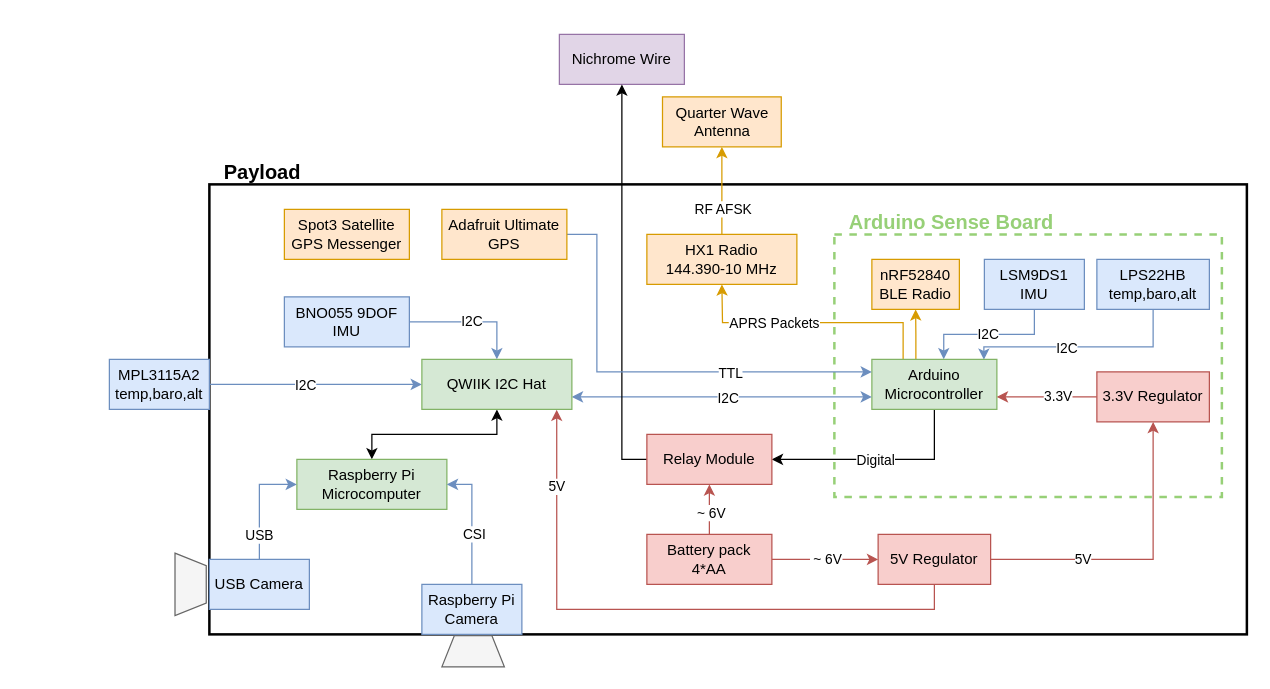
The draw.io diagram page "System Diagram" (2 of 2) of diagrams/electrical_block_diagram.drawio in GAVLab/ros-hab-dcs, before the edit. Source tidied: cells renumbered, new cells numbered last; positions are measured from the earlier drawing's top-left corner, leaving out a move shared by most shapes. Both pictures are drawn from the tidied source at 125%, with x=0, y=0 at pixel (109, 34).
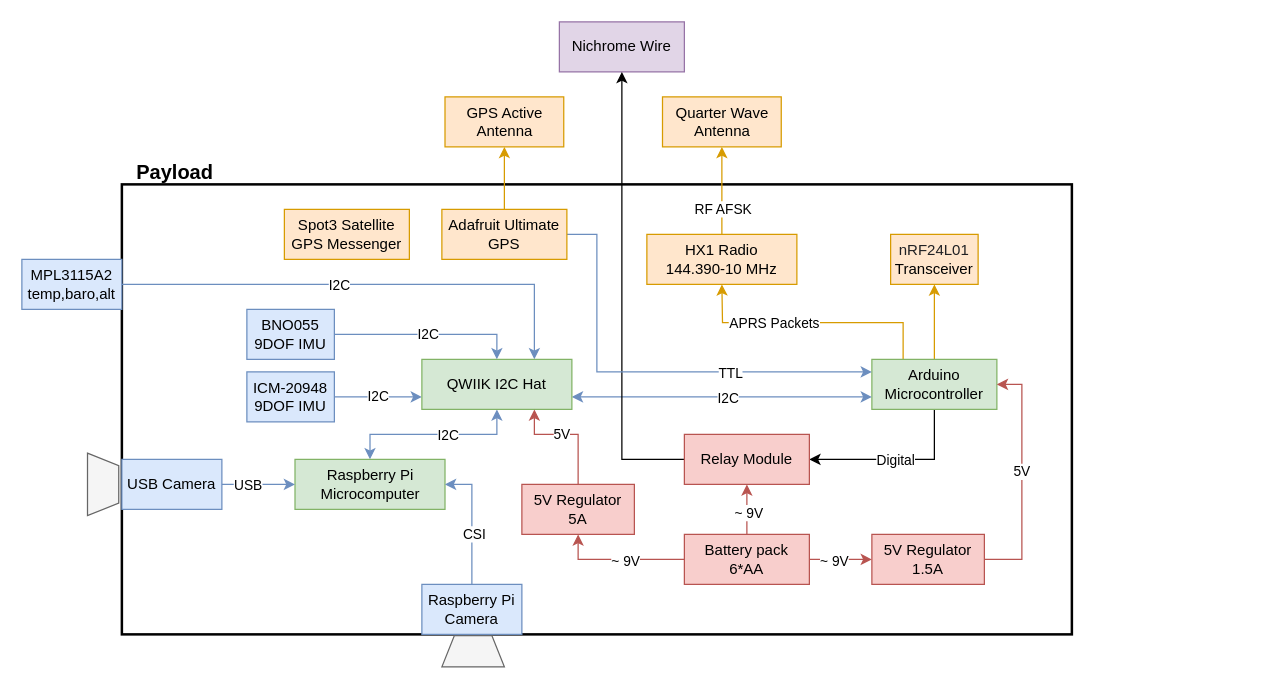
Above is the later version.

The change refers to these unchanged cells:
```xml
<mxCell id="15" style="edgeStyle=orthogonalEdgeStyle;rounded=0;jettySize=auto;html=1;entryX=0;entryY=0.5;entryDx=0;entryDy=0;startArrow=none;startFill=0;fontColor=#EA6B66;fillColor=#dae8fc;strokeColor=#6c8ebf;" parent="1" edge="1" source="17" target="5">
  <mxGeometry relative="1" as="geometry" />
</mxCell>
<mxCell id="19" style="edgeStyle=orthogonalEdgeStyle;rounded=0;jettySize=auto;html=1;startArrow=none;startFill=0;fontColor=#000000;fillColor=#f8cecc;strokeColor=#b85450;" parent="1" edge="1" source="21" target="48">
  <mxGeometry relative="1" as="geometry" />
</mxCell>
<mxCell id="31" value="Arduino&lt;br&gt;Microcontroller" style="rounded=0;whiteSpace=wrap;html=1;fillColor=#d5e8d4;strokeColor=#82b366;" parent="1" vertex="1">
  <mxGeometry x="610" y="260" width="100" height="40" as="geometry" />
</mxCell>
<mxCell id="45" value="QWIIK I2C Hat" style="rounded=0;whiteSpace=wrap;html=1;fillColor=#d5e8d4;strokeColor=#82b366;" parent="1" vertex="1">
  <mxGeometry x="250" y="260" width="120" height="40" as="geometry" />
</mxCell>
<mxCell id="57" value="&lt;span style=&quot;text-align: left&quot;&gt;Adafruit Ultimate GPS&lt;/span&gt;" style="rounded=0;whiteSpace=wrap;html=1;fillColor=#ffe6cc;strokeColor=#d79b00;" parent="1" vertex="1">
  <mxGeometry x="266" y="140" width="100" height="40" as="geometry" />
</mxCell>
```

Diff of the diagram source:
```diff
@@
     <mxCell id="2" style="rounded=0;whiteSpace=wrap;html=1;fillColor=none;strokeWidth=2;" parent="1" vertex="1">
-      <mxGeometry x="80" y="120" width="830" height="360" as="geometry" />
+      <mxGeometry x="10" y="120" width="760" height="360" as="geometry" />
     </mxCell>
-    <mxCell id="3" style="rounded=0;whiteSpace=wrap;html=1;fillColor=none;dashed=1;strokeWidth=2;strokeColor=#97D077;" parent="1" vertex="1">
-      <mxGeometry x="580" y="160" width="310" height="210" as="geometry" />
-    </mxCell>
-    <mxCell id="4" style="edgeStyle=orthogonalEdgeStyle;rounded=0;jettySize=auto;html=1;entryX=0.5;entryY=1;entryDx=0;entryDy=0;startArrow=classic;startFill=1;fontColor=#000000;" parent="1" edge="1" source="5" target="45">
+    <mxCell id="4" style="edgeStyle=orthogonalEdgeStyle;rounded=0;jettySize=auto;html=1;entryX=0.5;entryY=1;entryDx=0;entryDy=0;startArrow=classic;startFill=1;fontColor=#000000;fillColor=#dae8fc;strokeColor=#6c8ebf;" parent="1" edge="1" source="5" target="45">
       <mxGeometry relative="1" as="geometry" />
     </mxCell>
+    <mxCell id="58" value="I2C" style="edgeLabel;html=1;align=center;verticalAlign=middle;" parent="4" vertex="1">
+      <mxGeometry x="0.16" relative="1" as="geometry" />
+    </mxCell>
     <mxCell id="5" value="Raspberry Pi&lt;br&gt;Microcomputer" style="rounded=0;whiteSpace=wrap;html=1;fillColor=#d5e8d4;strokeColor=#82b366;" parent="1" vertex="1">
-      <mxGeometry x="150" y="340" width="120" height="40" as="geometry" />
+      <mxGeometry x="148.5" y="340" width="120" height="40" as="geometry" />
     </mxCell>
@@
-    <mxCell id="9" value="I2C" style="edgeStyle=orthogonalEdgeStyle;rounded=0;jettySize=auto;html=1;startArrow=none;startFill=0;fontColor=#000000;fillColor=#dae8fc;strokeColor=#6c8ebf;" parent="1" edge="1" source="10" target="45">
+    <mxCell id="9" value="I2C" style="edgeStyle=orthogonalEdgeStyle;rounded=0;jettySize=auto;html=1;startArrow=none;startFill=0;fontColor=#000000;fillColor=#dae8fc;strokeColor=#6c8ebf;entryX=0.5;entryY=0;entryDx=0;entryDy=0;" parent="1" edge="1" source="10" target="45">
       <mxGeometry relative="1" as="geometry" />
     </mxCell>
     <mxCell id="10" value="BNO055 9DOF IMU" style="rounded=0;whiteSpace=wrap;html=1;fillColor=#dae8fc;strokeColor=#6c8ebf;" parent="1" vertex="1">
-      <mxGeometry x="140" y="210" width="100" height="40" as="geometry" />
+      <mxGeometry x="110" y="220" width="70" height="40" as="geometry" />
     </mxCell>
-    <mxCell id="11" value="nRF52840&lt;br&gt;BLE Radio" style="rounded=0;whiteSpace=wrap;html=1;fillColor=#ffe6cc;strokeColor=#d79b00;" parent="1" vertex="1">
-      <mxGeometry x="610" y="180" width="70" height="40" as="geometry" />
+    <mxCell id="11" value="&lt;font style=&quot;font-size: 12px&quot;&gt;&lt;span style=&quot;color: rgb(32 , 33 , 36) ; text-align: left&quot;&gt;nRF24L01&lt;/span&gt;&lt;br&gt;Transceiver&lt;/font&gt;" style="rounded=0;whiteSpace=wrap;html=1;fillColor=#ffe6cc;strokeColor=#d79b00;" parent="1" vertex="1">
+      <mxGeometry x="625" y="160" width="70" height="40" as="geometry" />
     </mxCell>
-    <mxCell id="12" style="edgeStyle=orthogonalEdgeStyle;rounded=0;jettySize=auto;html=1;entryX=0;entryY=0.5;entryDx=0;entryDy=0;startArrow=none;startFill=0;fontColor=#000000;fillColor=#dae8fc;strokeColor=#6c8ebf;" parent="1" edge="1" source="14" target="45">
+    <mxCell id="12" style="edgeStyle=orthogonalEdgeStyle;rounded=0;jettySize=auto;html=1;entryX=0.75;entryY=0;entryDx=0;entryDy=0;startArrow=none;startFill=0;fontColor=#000000;fillColor=#dae8fc;strokeColor=#6c8ebf;" parent="1" edge="1" source="14" target="45">
       <mxGeometry relative="1" as="geometry" />
     </mxCell>
@@
     <mxCell id="14" value="MPL3115A2 temp,baro,alt" style="rounded=0;whiteSpace=wrap;html=1;fillColor=#dae8fc;strokeColor=#6c8ebf;" parent="1" vertex="1">
-      <mxGeometry y="260" width="80" height="40" as="geometry" />
+      <mxGeometry x="-70" y="180" width="80" height="40" as="geometry" />
     </mxCell>
@@
     <mxCell id="16" value="USB" style="edgeLabel;html=1;align=center;verticalAlign=middle;" parent="15" vertex="1">
       <mxGeometry x="0.34" y="-2" relative="1" as="geometry">
-        <mxPoint x="-0.8" y="38" as="offset" />
+        <mxPoint x="-19" y="-2" as="offset" />
       </mxGeometry>
     </mxCell>
     <mxCell id="17" value="USB Camera" style="rounded=0;whiteSpace=wrap;html=1;fillColor=#dae8fc;strokeColor=#6c8ebf;" parent="1" vertex="1">
-      <mxGeometry x="80" y="420" width="80" height="40" as="geometry" />
+      <mxGeometry x="10" y="340" width="80" height="40" as="geometry" />
     </mxCell>
-    <mxCell id="18" value="&lt;font color=&quot;#000000&quot;&gt;&amp;nbsp;~ 6V&lt;/font&gt;" style="edgeStyle=orthogonalEdgeStyle;rounded=0;jettySize=auto;html=1;entryX=0;entryY=0.5;entryDx=0;entryDy=0;startArrow=none;startFill=0;fillColor=#f8cecc;strokeColor=#b85450;fontColor=#EA6B66;" parent="1" edge="1" source="21" target="42">
-      <mxGeometry relative="1" as="geometry" />
-    </mxCell>
@@
-    <mxCell id="20" value="&amp;nbsp;~ 6V" style="edgeLabel;html=1;align=center;verticalAlign=middle;fontColor=#000000;" parent="19" vertex="1">
+    <mxCell id="20" value="&amp;nbsp;~ 9V" style="edgeLabel;html=1;align=center;verticalAlign=middle;fontColor=#000000;" parent="19" vertex="1">
       <mxGeometry x="-0.1" y="1" relative="1" as="geometry" />
     </mxCell>
+    <mxCell id="18" style="edgeStyle=orthogonalEdgeStyle;rounded=0;jettySize=auto;html=1;exitX=1;exitY=0.5;exitDx=0;exitDy=0;entryX=0;entryY=0.5;entryDx=0;entryDy=0;endArrow=classic;endFill=1;fillColor=#f8cecc;strokeColor=#b85450;" parent="1" edge="1" source="21" target="42">
+      <mxGeometry relative="1" as="geometry" />
+    </mxCell>
+    <mxCell id="59" value="~ 9V" style="edgeLabel;html=1;align=center;verticalAlign=middle;" parent="18" vertex="1">
+      <mxGeometry x="-0.25" y="-1" relative="1" as="geometry" />
+    </mxCell>
+    <mxCell id="60" style="edgeStyle=orthogonalEdgeStyle;rounded=0;jettySize=auto;html=1;exitX=0;exitY=0.5;exitDx=0;exitDy=0;entryX=0.5;entryY=1;entryDx=0;entryDy=0;endArrow=classic;endFill=1;fillColor=#f8cecc;strokeColor=#b85450;" parent="1" edge="1" source="21" target="66">
+      <mxGeometry relative="1" as="geometry" />
+    </mxCell>
+    <mxCell id="61" value="~ 9V" style="edgeLabel;html=1;align=center;verticalAlign=middle;" parent="60" vertex="1">
+      <mxGeometry x="-0.08" y="1" relative="1" as="geometry" />
+    </mxCell>
-    <mxCell id="21" value="Battery pack&lt;br&gt;4*AA" style="rounded=0;whiteSpace=wrap;html=1;fillColor=#f8cecc;strokeColor=#b85450;" parent="1" vertex="1">
-      <mxGeometry x="430" y="400" width="100" height="40" as="geometry" />
+    <mxCell id="21" value="Battery pack&lt;br&gt;6*AA" style="rounded=0;whiteSpace=wrap;html=1;fillColor=#f8cecc;strokeColor=#b85450;" parent="1" vertex="1">
+      <mxGeometry x="460" y="400" width="100" height="40" as="geometry" />
     </mxCell>
-    <mxCell id="22" style="edgeStyle=orthogonalEdgeStyle;rounded=0;jettySize=auto;html=1;exitX=0.352;exitY=0.015;exitDx=0;exitDy=0;entryX=0.5;entryY=1;entryDx=0;entryDy=0;startArrow=none;startFill=0;exitPerimeter=0;fillColor=#ffe6cc;strokeColor=#d79b00;" parent="1" edge="1" source="31" target="11">
+    <mxCell id="22" style="edgeStyle=orthogonalEdgeStyle;rounded=0;jettySize=auto;html=1;exitX=0.5;exitY=0;exitDx=0;exitDy=0;entryX=0.5;entryY=1;entryDx=0;entryDy=0;startArrow=none;startFill=0;fillColor=#ffe6cc;strokeColor=#d79b00;" parent="1" edge="1" source="31" target="11">
       <mxGeometry relative="1" as="geometry" />
     </mxCell>
-    <mxCell id="23" style="edgeStyle=orthogonalEdgeStyle;rounded=0;jettySize=auto;html=1;exitX=0.75;exitY=0;exitDx=0;exitDy=0;entryX=0.5;entryY=1;entryDx=0;entryDy=0;startArrow=classic;startFill=1;fillColor=#dae8fc;strokeColor=#6c8ebf;endArrow=none;endFill=0;" parent="1" edge="1" target="34">
-      <mxGeometry relative="1" as="geometry">
-        <mxPoint x="667.5" y="260" as="sourcePoint" />
-        <Array as="points">
-          <mxPoint x="668" y="240" />
-          <mxPoint x="740" y="240" />
-        </Array>
-      </mxGeometry>
-    </mxCell>
-    <mxCell id="24" value="I2C" style="edgeLabel;html=1;align=center;verticalAlign=middle;" parent="23" vertex="1">
-      <mxGeometry x="0.21" y="1" relative="1" as="geometry">
-        <mxPoint x="-12.7" as="offset" />
-      </mxGeometry>
-    </mxCell>
-    <mxCell id="25" style="edgeStyle=orthogonalEdgeStyle;rounded=0;jettySize=auto;html=1;entryX=0.5;entryY=1;entryDx=0;entryDy=0;startArrow=classic;startFill=1;exitX=0.896;exitY=0.007;exitDx=0;exitDy=0;exitPerimeter=0;fillColor=#dae8fc;strokeColor=#6c8ebf;endArrow=none;endFill=0;" parent="1" edge="1" source="31" target="35">
-      <mxGeometry relative="1" as="geometry">
-        <Array as="points">
-          <mxPoint x="700" y="250" />
-          <mxPoint x="835" y="250" />
-        </Array>
-      </mxGeometry>
-    </mxCell>
-    <mxCell id="26" value="I2C" style="edgeLabel;html=1;align=center;verticalAlign=middle;" parent="25" vertex="1">
-      <mxGeometry x="-0.13" relative="1" as="geometry" />
-    </mxCell>
@@
-    <mxCell id="34" value="&lt;span style=&quot;text-align: left&quot;&gt;LSM9DS1&lt;br&gt;IMU&lt;br&gt;&lt;/span&gt;" style="rounded=0;whiteSpace=wrap;html=1;fillColor=#dae8fc;strokeColor=#6c8ebf;" parent="1" vertex="1">
-      <mxGeometry x="700" y="180" width="80" height="40" as="geometry" />
-    </mxCell>
+    <mxCell id="62" value="I2C" style="edgeStyle=orthogonalEdgeStyle;rounded=0;jettySize=auto;html=1;exitX=1;exitY=0.5;exitDx=0;exitDy=0;entryX=0;entryY=0.75;entryDx=0;entryDy=0;endArrow=classic;endFill=1;fillColor=#dae8fc;strokeColor=#6c8ebf;" parent="1" edge="1" source="35" target="45">
+      <mxGeometry relative="1" as="geometry" />
+    </mxCell>
-    <mxCell id="35" value="LPS22HB temp,baro,alt" style="rounded=0;whiteSpace=wrap;html=1;fillColor=#dae8fc;strokeColor=#6c8ebf;" parent="1" vertex="1">
-      <mxGeometry x="790" y="180" width="90" height="40" as="geometry" />
+    <mxCell id="35" value="ICM-20948&lt;br&gt;9DOF IMU" style="rounded=0;whiteSpace=wrap;html=1;fillColor=#dae8fc;strokeColor=#6c8ebf;" parent="1" vertex="1">
+      <mxGeometry x="110" y="270" width="70" height="40" as="geometry" />
     </mxCell>
-    <mxCell id="36" value="Arduino Sense Board" style="text;html=1;align=left;verticalAlign=middle;fontColor=#97D077;fontStyle=1;fontSize=16;" parent="1" vertex="1">
-      <mxGeometry x="590" y="140" width="180" height="20" as="geometry" />
-    </mxCell>
-    <mxCell id="37" value="&lt;font color=&quot;#000000&quot;&gt;3.3V&lt;/font&gt;" style="edgeStyle=orthogonalEdgeStyle;rounded=0;jettySize=auto;html=1;entryX=1;entryY=0.75;entryDx=0;entryDy=0;startArrow=none;startFill=0;fillColor=#f8cecc;strokeColor=#b85450;fontColor=#EA6B66;exitX=0;exitY=0.5;exitDx=0;exitDy=0;" parent="1" edge="1" source="38" target="31">
-      <mxGeometry x="-0.23" relative="1" as="geometry">
-        <Array as="points">
-          <mxPoint x="780" y="290" />
-          <mxPoint x="780" y="290" />
-        </Array>
-      </mxGeometry>
-    </mxCell>
-    <mxCell id="38" value="3.3V Regulator" style="rounded=0;whiteSpace=wrap;html=1;fillColor=#f8cecc;strokeColor=#b85450;" parent="1" vertex="1">
-      <mxGeometry x="790" y="270" width="90" height="40" as="geometry" />
-    </mxCell>
-    <mxCell id="39" value="&lt;font color=&quot;#000000&quot;&gt;5V&lt;/font&gt;" style="edgeStyle=orthogonalEdgeStyle;rounded=0;jettySize=auto;html=1;exitX=1;exitY=0.5;exitDx=0;exitDy=0;entryX=0.5;entryY=1;entryDx=0;entryDy=0;startArrow=none;startFill=0;fontColor=#97D077;fillColor=#f8cecc;strokeColor=#b85450;" parent="1" edge="1" source="42" target="38">
-      <mxGeometry x="-0.38" relative="1" as="geometry" />
+    <mxCell id="39" value="&lt;font color=&quot;#000000&quot;&gt;5V&lt;/font&gt;" style="edgeStyle=orthogonalEdgeStyle;rounded=0;jettySize=auto;html=1;exitX=1;exitY=0.5;exitDx=0;exitDy=0;entryX=1;entryY=0.5;entryDx=0;entryDy=0;startArrow=none;startFill=0;fontColor=#97D077;fillColor=#f8cecc;strokeColor=#b85450;" parent="1" edge="1" source="42" target="31">
+      <mxGeometry x="0.05" relative="1" as="geometry" />
     </mxCell>
-    <mxCell id="40" style="edgeStyle=orthogonalEdgeStyle;rounded=0;jettySize=auto;html=1;exitX=0.5;exitY=1;exitDx=0;exitDy=0;entryX=0.899;entryY=1.008;entryDx=0;entryDy=0;startArrow=none;startFill=0;fontColor=#000000;fillColor=#f8cecc;strokeColor=#b85450;endArrow=classic;endFill=1;entryPerimeter=0;" parent="1" edge="1" source="42" target="45">
-      <mxGeometry relative="1" as="geometry">
-        <Array as="points">
-          <mxPoint x="660" y="460" />
-          <mxPoint x="358" y="460" />
-        </Array>
-      </mxGeometry>
-    </mxCell>
-    <mxCell id="41" value="5V" style="edgeLabel;html=1;align=center;verticalAlign=middle;fontColor=#000000;" parent="40" vertex="1">
-      <mxGeometry x="0.62" y="2" relative="1" as="geometry">
-        <mxPoint x="2" y="-30.8" as="offset" />
-      </mxGeometry>
-    </mxCell>
-    <mxCell id="42" value="5V Regulator" style="rounded=0;whiteSpace=wrap;html=1;fillColor=#f8cecc;strokeColor=#b85450;" parent="1" vertex="1">
-      <mxGeometry x="615" y="400" width="90" height="40" as="geometry" />
+    <mxCell id="42" value="5V Regulator&lt;br&gt;1.5A" style="rounded=0;whiteSpace=wrap;html=1;fillColor=#f8cecc;strokeColor=#b85450;" parent="1" vertex="1">
+      <mxGeometry x="610" y="400" width="90" height="40" as="geometry" />
     </mxCell>
@@
     <mxCell id="46" value="Nichrome Wire" style="rounded=0;whiteSpace=wrap;html=1;fillColor=#e1d5e7;strokeColor=#9673a6;" parent="1" vertex="1">
-      <mxGeometry x="360" width="100" height="40" as="geometry" />
+      <mxGeometry x="360" y="-10" width="100" height="40" as="geometry" />
     </mxCell>
@@
     <mxCell id="48" value="Relay Module" style="rounded=0;whiteSpace=wrap;html=1;fillColor=#f8cecc;strokeColor=#b85450;" parent="1" vertex="1">
-      <mxGeometry x="430" y="320" width="100" height="40" as="geometry" />
+      <mxGeometry x="460" y="320" width="100" height="40" as="geometry" />
     </mxCell>
@@
     <mxCell id="52" value="Payload" style="text;html=1;align=left;verticalAlign=middle;fontStyle=1;fontSize=16;" parent="1" vertex="1">
-      <mxGeometry x="90" y="100" width="80" height="20" as="geometry" />
+      <mxGeometry x="20" y="100" width="80" height="20" as="geometry" />
     </mxCell>
     <mxCell id="53" style="shape=trapezoid;perimeter=trapezoidPerimeter;whiteSpace=wrap;html=1;fixedSize=1;strokeColor=#666666;strokeWidth=1;fillColor=#f5f5f5;fontSize=16;fontColor=#333333;align=left;rotation=90;size=10;" parent="1" vertex="1">
-      <mxGeometry x="40" y="427.5" width="50" height="25" as="geometry" />
+      <mxGeometry x="-30" y="347.5" width="50" height="25" as="geometry" />
     </mxCell>
@@
+    <mxCell id="63" style="edgeStyle=orthogonalEdgeStyle;rounded=0;jettySize=auto;html=1;entryX=0.5;entryY=1;entryDx=0;entryDy=0;endArrow=classic;endFill=1;fillColor=#ffe6cc;strokeColor=#d79b00;" parent="1" edge="1" source="57" target="64">
+      <mxGeometry relative="1" as="geometry" />
+    </mxCell>
@@
+    <mxCell id="64" value="GPS Active Antenna" style="rounded=0;whiteSpace=wrap;html=1;fillColor=#ffe6cc;strokeColor=#d79b00;" parent="1" vertex="1">
+      <mxGeometry x="268.5" y="50" width="95" height="40" as="geometry" />
+    </mxCell>
+    <mxCell id="65" style="edgeStyle=orthogonalEdgeStyle;rounded=0;jettySize=auto;html=1;exitX=0.5;exitY=0;exitDx=0;exitDy=0;entryX=0.75;entryY=1;entryDx=0;entryDy=0;endArrow=classic;endFill=1;fillColor=#f8cecc;strokeColor=#b85450;" parent="1" edge="1" source="66" target="45">
+      <mxGeometry relative="1" as="geometry">
+        <Array as="points">
+          <mxPoint x="375" y="320" />
+          <mxPoint x="340" y="320" />
+        </Array>
+      </mxGeometry>
+    </mxCell>
+    <mxCell id="41" value="5V" style="edgeLabel;html=1;align=center;verticalAlign=middle;" parent="65" vertex="1">
+      <mxGeometry x="0.14" y="-1" relative="1" as="geometry" />
+    </mxCell>
+    <mxCell id="66" value="5V Regulator&lt;br&gt;5A" style="rounded=0;whiteSpace=wrap;html=1;fillColor=#f8cecc;strokeColor=#b85450;" parent="1" vertex="1">
+      <mxGeometry x="330" y="360" width="90" height="40" as="geometry" />
+    </mxCell>
```
